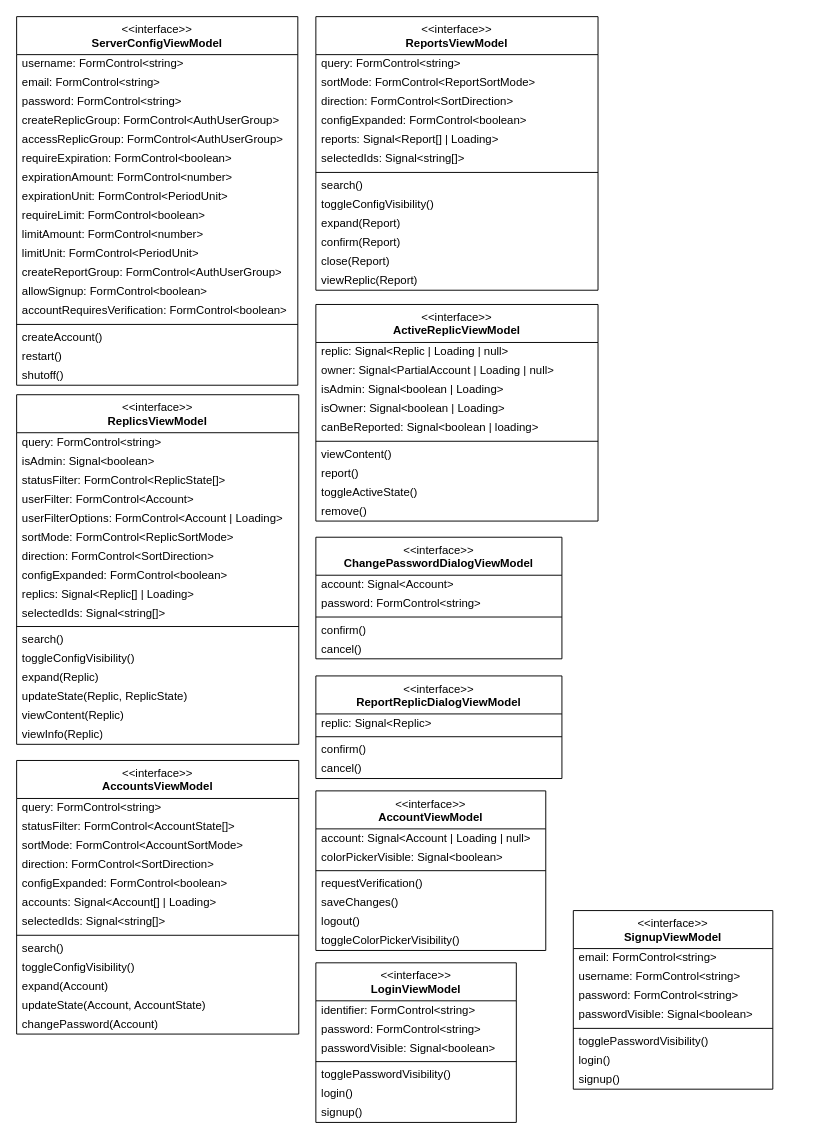
Earlier version of the draw.io diagram content/drawio/class/client/passive-viewmodel.drawio (replic-read/design). Source tidied: cells renumbered, new cells numbered last; positions are measured from the earlier drawing's top-left corner, leaving out a move shared by most shapes. Both pictures are drawn from the tidied source at 95%, with x=0, y=0 at pixel (16, 16).
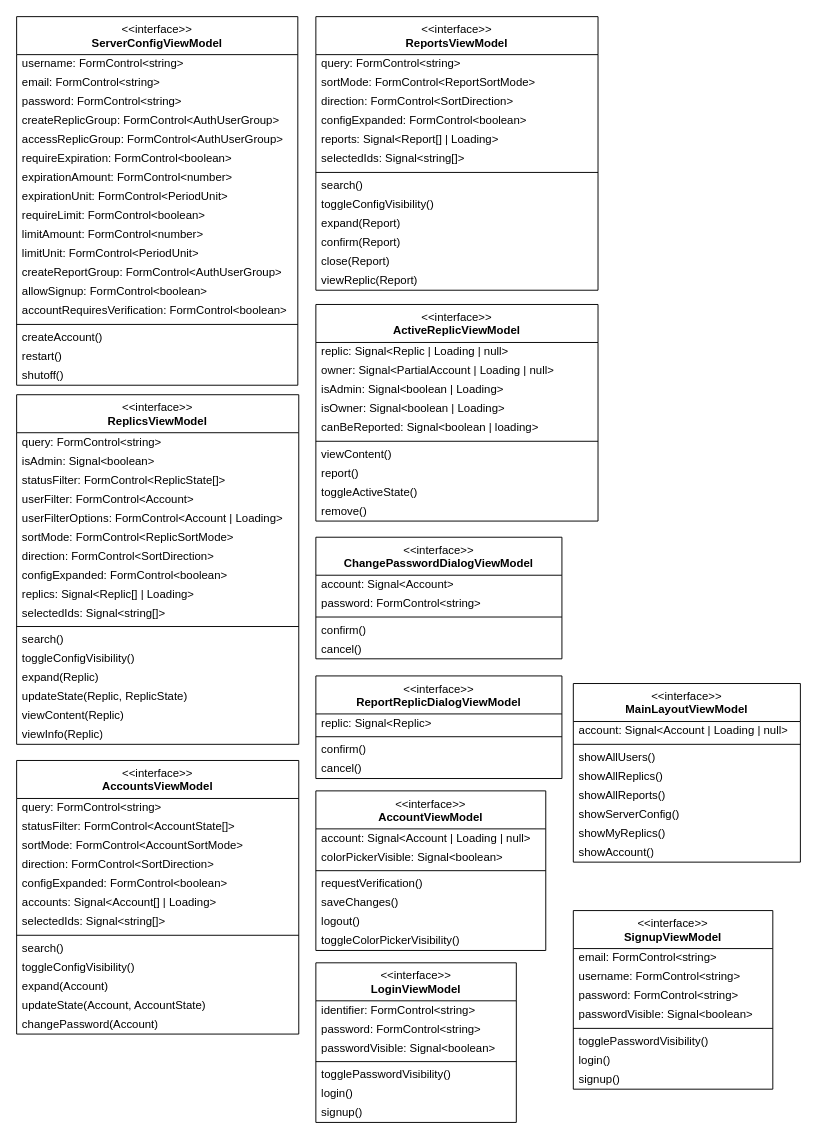
The same diagram, later.

What changed in the source:
```diff
@@
+    <mxCell id="114" value="&amp;lt;&amp;lt;interface&amp;gt;&amp;gt;&lt;br&gt;&lt;b&gt;MainLayoutViewModel&lt;/b&gt;" style="swimlane;fontStyle=0;align=center;verticalAlign=top;horizontal=1;startSize=40;html=1;whiteSpace=wrap;" parent="1" vertex="1">
+      <mxGeometry x="586" y="702" width="239" height="188" as="geometry" />
+    </mxCell>
+    <mxCell id="115" value="account: Signal&amp;lt;Account | Loading | null&amp;gt;" style="text;html=1;strokeColor=none;fillColor=none;align=left;verticalAlign=middle;spacingLeft=4;spacingRight=4;overflow=hidden;whiteSpace=wrap;" parent="114" vertex="1">
+      <mxGeometry y="40" width="239" height="20" as="geometry" />
+    </mxCell>
+    <mxCell id="116" style="line;strokeWidth=1;fillColor=none;align=left;verticalAlign=middle;spacingTop=-1;spacingLeft=3;spacingRight=3;labelPosition=right;" parent="114" vertex="1">
+      <mxGeometry y="60" width="239" height="8" as="geometry" />
+    </mxCell>
+    <mxCell id="117" value="showAllUsers()" style="text;html=1;strokeColor=none;fillColor=none;align=left;verticalAlign=middle;spacingLeft=4;spacingRight=4;overflow=hidden;whiteSpace=wrap;" parent="114" vertex="1">
+      <mxGeometry y="68" width="239" height="20" as="geometry" />
+    </mxCell>
+    <mxCell id="118" value="showAllReplics()" style="text;html=1;strokeColor=none;fillColor=none;align=left;verticalAlign=middle;spacingLeft=4;spacingRight=4;overflow=hidden;whiteSpace=wrap;" parent="114" vertex="1">
+      <mxGeometry y="88" width="239" height="20" as="geometry" />
+    </mxCell>
+    <mxCell id="119" value="showAllReports()" style="text;html=1;strokeColor=none;fillColor=none;align=left;verticalAlign=middle;spacingLeft=4;spacingRight=4;overflow=hidden;whiteSpace=wrap;" parent="114" vertex="1">
+      <mxGeometry y="108" width="239" height="20" as="geometry" />
+    </mxCell>
+    <mxCell id="120" value="showServerConfig()" style="text;html=1;strokeColor=none;fillColor=none;align=left;verticalAlign=middle;spacingLeft=4;spacingRight=4;overflow=hidden;whiteSpace=wrap;" parent="114" vertex="1">
+      <mxGeometry y="128" width="239" height="20" as="geometry" />
+    </mxCell>
+    <mxCell id="121" value="showMyReplics()" style="text;html=1;strokeColor=none;fillColor=none;align=left;verticalAlign=middle;spacingLeft=4;spacingRight=4;overflow=hidden;whiteSpace=wrap;" parent="114" vertex="1">
+      <mxGeometry y="148" width="239" height="20" as="geometry" />
+    </mxCell>
+    <mxCell id="122" value="showAccount()" style="text;html=1;strokeColor=none;fillColor=none;align=left;verticalAlign=middle;spacingLeft=4;spacingRight=4;overflow=hidden;whiteSpace=wrap;" parent="114" vertex="1">
+      <mxGeometry y="168" width="239" height="20" as="geometry" />
+    </mxCell>
```
